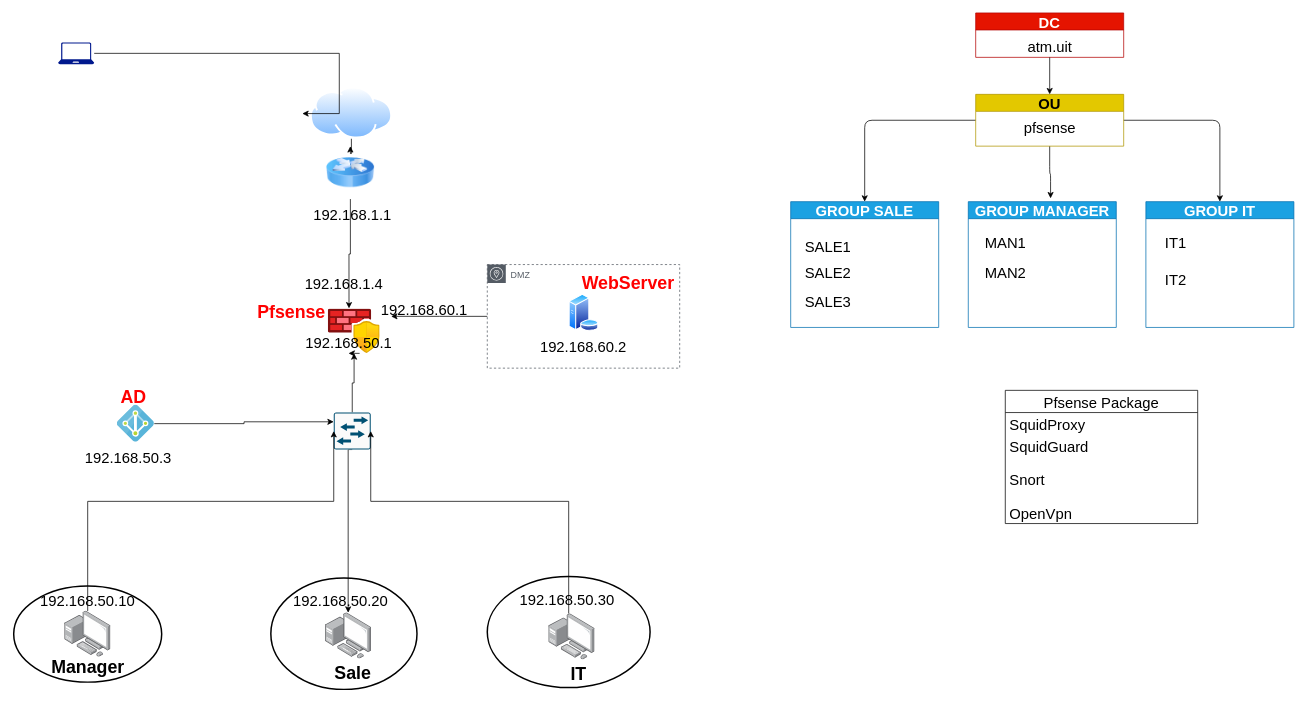
Above: pfsense.drawio in LNOI/pfsense (draw.io), before the change. Source tidied: cells renumbered, new cells numbered last; positions are measured from the earlier drawing's top-left corner, leaving out a move shared by most shapes. Both pictures are drawn from the tidied source at 74%, with x=0, y=0 at pixel (13, 13).
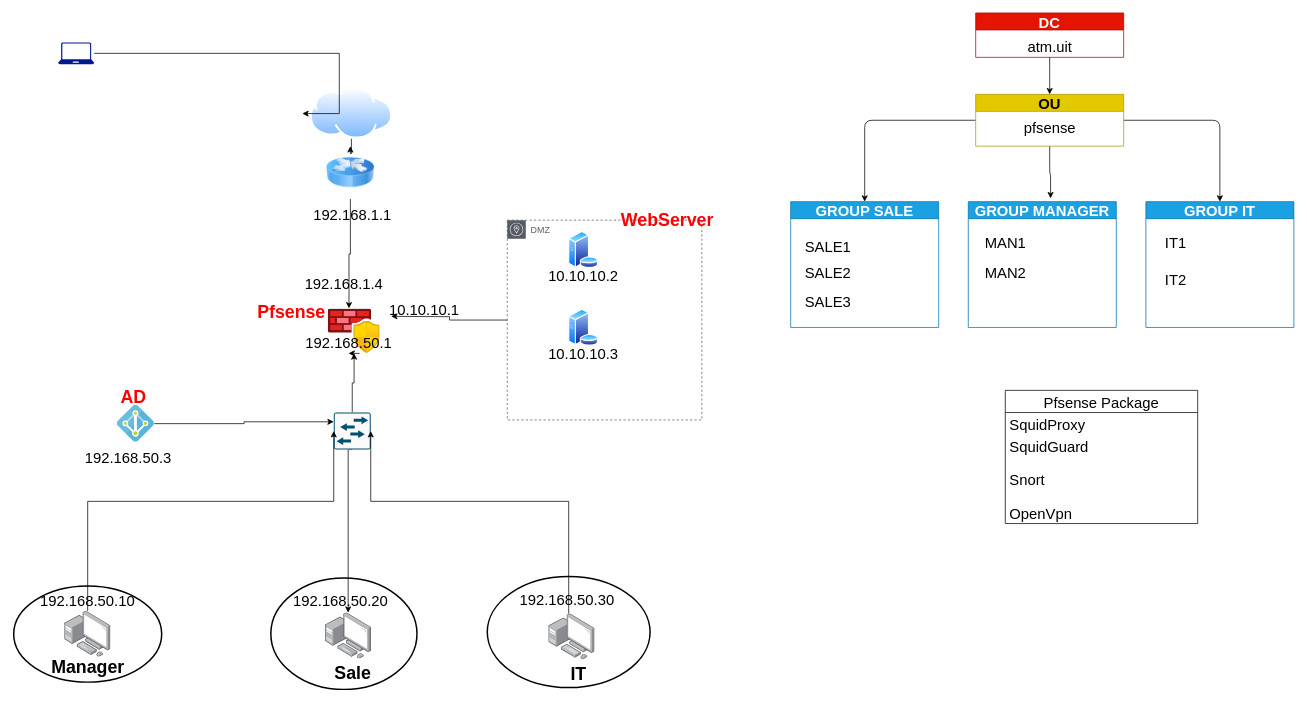
After the change.

Diff of the diagram source:
```diff
@@
     <mxCell id="9" style="perimeter=ellipsePerimeter;html=1;align=center;shadow=0;dashed=0;spacingTop=3;image;image=img/lib/active_directory/database_server.svg;" parent="1" vertex="1">
-      <mxGeometry x="750" y="380" width="41" height="50" as="geometry" />
+      <mxGeometry x="749.5" y="295" width="41" height="50" as="geometry" />
     </mxCell>
@@
     <mxCell id="11" value="DMZ" style="sketch=0;outlineConnect=0;gradientColor=none;html=1;whiteSpace=wrap;fontSize=12;fontStyle=0;shape=mxgraph.aws4.group;grIcon=mxgraph.aws4.group_availability_zone;strokeColor=#545B64;fillColor=none;verticalAlign=top;align=left;spacingLeft=30;fontColor=#545B64;dashed=1;" parent="1" vertex="1">
-      <mxGeometry x="640" y="340" width="260" height="140" as="geometry" />
+      <mxGeometry x="667" y="280" width="263" height="270" as="geometry" />
     </mxCell>
@@
     <mxCell id="27" value="WebServer" style="text;strokeColor=none;fillColor=none;html=1;fontSize=24;fontStyle=1;verticalAlign=middle;align=center;fontColor=#FF0000;" parent="1" vertex="1">
-      <mxGeometry x="780" y="345" width="100" height="40" as="geometry" />
+      <mxGeometry x="833" y="260" width="100" height="40" as="geometry" />
     </mxCell>
@@
-    <mxCell id="33" value="192.168.60.1" style="text;html=1;strokeColor=none;fillColor=none;align=center;verticalAlign=middle;whiteSpace=wrap;rounded=0;sketch=0;fontSize=20;" parent="1" vertex="1">
+    <mxCell id="33" value="10.10.10.1" style="text;html=1;strokeColor=none;fillColor=none;align=center;verticalAlign=middle;whiteSpace=wrap;rounded=0;sketch=0;fontSize=20;" parent="1" vertex="1">
       <mxGeometry x="520" y="380" width="70" height="40" as="geometry" />
     </mxCell>
-    <mxCell id="34" value="192.168.60.2&lt;br&gt;" style="text;html=1;strokeColor=none;fillColor=none;align=center;verticalAlign=middle;whiteSpace=wrap;rounded=0;sketch=0;fontSize=20;" parent="1" vertex="1">
-      <mxGeometry x="735" y="420" width="70" height="60" as="geometry" />
+    <mxCell id="34" value="10.10.10.2" style="text;html=1;strokeColor=none;fillColor=none;align=center;verticalAlign=middle;whiteSpace=wrap;rounded=0;sketch=0;fontSize=20;" parent="1" vertex="1">
+      <mxGeometry x="735" y="325" width="70" height="60" as="geometry" />
     </mxCell>
@@
+    <mxCell id="65" style="perimeter=ellipsePerimeter;html=1;align=center;shadow=0;dashed=0;spacingTop=3;image;image=img/lib/active_directory/database_server.svg;" parent="1" vertex="1">
+      <mxGeometry x="749.5" y="400" width="41" height="50" as="geometry" />
+    </mxCell>
+    <mxCell id="66" value="10.10.10.3" style="text;html=1;strokeColor=none;fillColor=none;align=center;verticalAlign=middle;whiteSpace=wrap;rounded=0;sketch=0;fontSize=20;" parent="1" vertex="1">
+      <mxGeometry x="735" y="430" width="70" height="60" as="geometry" />
+    </mxCell>
```
